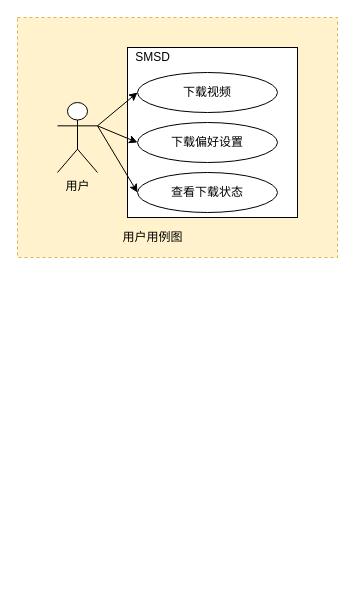
WangYan-Good/SocialMediaStreamDownloader keeps this draw.io diagram as page "用户场景视图" (2 of 6) of docs/design/social_media_stream_downloader.drawio. Above is the earlier version. Source tidied: cells renumbered, new cells numbered last; positions are measured from the earlier drawing's top-left corner, leaving out a move shared by most shapes. Both pictures are drawn from the tidied source at 100%, with x=0, y=0 at pixel (17, 17).
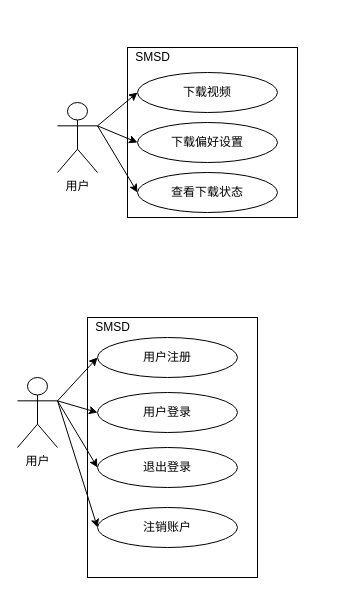
Above is the later version.

Change to the diagram source:
```diff
@@
-    <mxCell id="2" style="rounded=0;whiteSpace=wrap;html=1;fillColor=#fff2cc;dashed=1;strokeColor=#d6b656;" parent="1" vertex="1">
-      <mxGeometry width="320" height="240" as="geometry" />
-    </mxCell>
+    <mxCell id="13" style="html=1;align=left;" parent="1" vertex="1">
+      <mxGeometry x="70" y="300" width="170" height="260" as="geometry" />
+    </mxCell>
@@
-    <mxCell id="12" value="用户用例图" style="text;html=1;align=center;verticalAlign=middle;strokeColor=none;" parent="1" vertex="1">
-      <mxGeometry x="95" y="210" width="80" height="20" as="geometry" />
-    </mxCell>
+    <mxCell id="14" style="edgeStyle=none;rounded=0;jettySize=auto;html=1;exitX=1;exitY=0.3333333333333333;exitDx=0;exitDy=0;exitPerimeter=0;entryX=0;entryY=0.5;entryDx=0;entryDy=0;endArrow=classic;endFill=1;" parent="1" edge="1" source="18" target="19">
+      <mxGeometry relative="1" as="geometry" />
+    </mxCell>
+    <mxCell id="15" style="edgeStyle=none;rounded=0;jettySize=auto;html=1;exitX=1;exitY=0.3333333333333333;exitDx=0;exitDy=0;exitPerimeter=0;entryX=0;entryY=0.5;entryDx=0;entryDy=0;endArrow=classic;endFill=1;" parent="1" edge="1" source="18" target="20">
+      <mxGeometry relative="1" as="geometry" />
+    </mxCell>
+    <mxCell id="16" style="edgeStyle=none;rounded=0;jettySize=auto;html=1;exitX=1;exitY=0.3333333333333333;exitDx=0;exitDy=0;exitPerimeter=0;entryX=0;entryY=0.5;entryDx=0;entryDy=0;endArrow=classic;endFill=1;" parent="1" edge="1" source="18" target="21">
+      <mxGeometry relative="1" as="geometry" />
+    </mxCell>
+    <mxCell id="17" style="edgeStyle=none;rounded=0;jettySize=auto;html=1;exitX=1;exitY=0.3333333333333333;exitDx=0;exitDy=0;exitPerimeter=0;entryX=0;entryY=0.5;entryDx=0;entryDy=0;endArrow=classic;endFill=1;" parent="1" edge="1" source="18" target="22">
+      <mxGeometry relative="1" as="geometry" />
+    </mxCell>
+    <mxCell id="18" value="用户" style="shape=umlActor;verticalLabelPosition=bottom;verticalAlign=top;html=1;" parent="1" vertex="1">
+      <mxGeometry y="360" width="40" height="70" as="geometry" />
+    </mxCell>
+    <mxCell id="19" value="用户注册" style="ellipse;whiteSpace=wrap;html=1;" parent="1" vertex="1">
+      <mxGeometry x="80" y="320" width="140" height="40" as="geometry" />
+    </mxCell>
+    <mxCell id="20" value="用户登录" style="ellipse;whiteSpace=wrap;html=1;" parent="1" vertex="1">
+      <mxGeometry x="80" y="375" width="140" height="40" as="geometry" />
+    </mxCell>
+    <mxCell id="21" value="退出登录" style="ellipse;whiteSpace=wrap;html=1;" parent="1" vertex="1">
+      <mxGeometry x="80" y="430" width="140" height="40" as="geometry" />
+    </mxCell>
+    <mxCell id="22" value="注销账户" style="ellipse;whiteSpace=wrap;html=1;" parent="1" vertex="1">
+      <mxGeometry x="80" y="490" width="140" height="40" as="geometry" />
+    </mxCell>
+    <mxCell id="23" value="SMSD" style="text;html=1;align=center;verticalAlign=middle;strokeColor=none;" parent="1" vertex="1">
+      <mxGeometry x="70" y="300" width="50" height="20" as="geometry" />
+    </mxCell>
```
